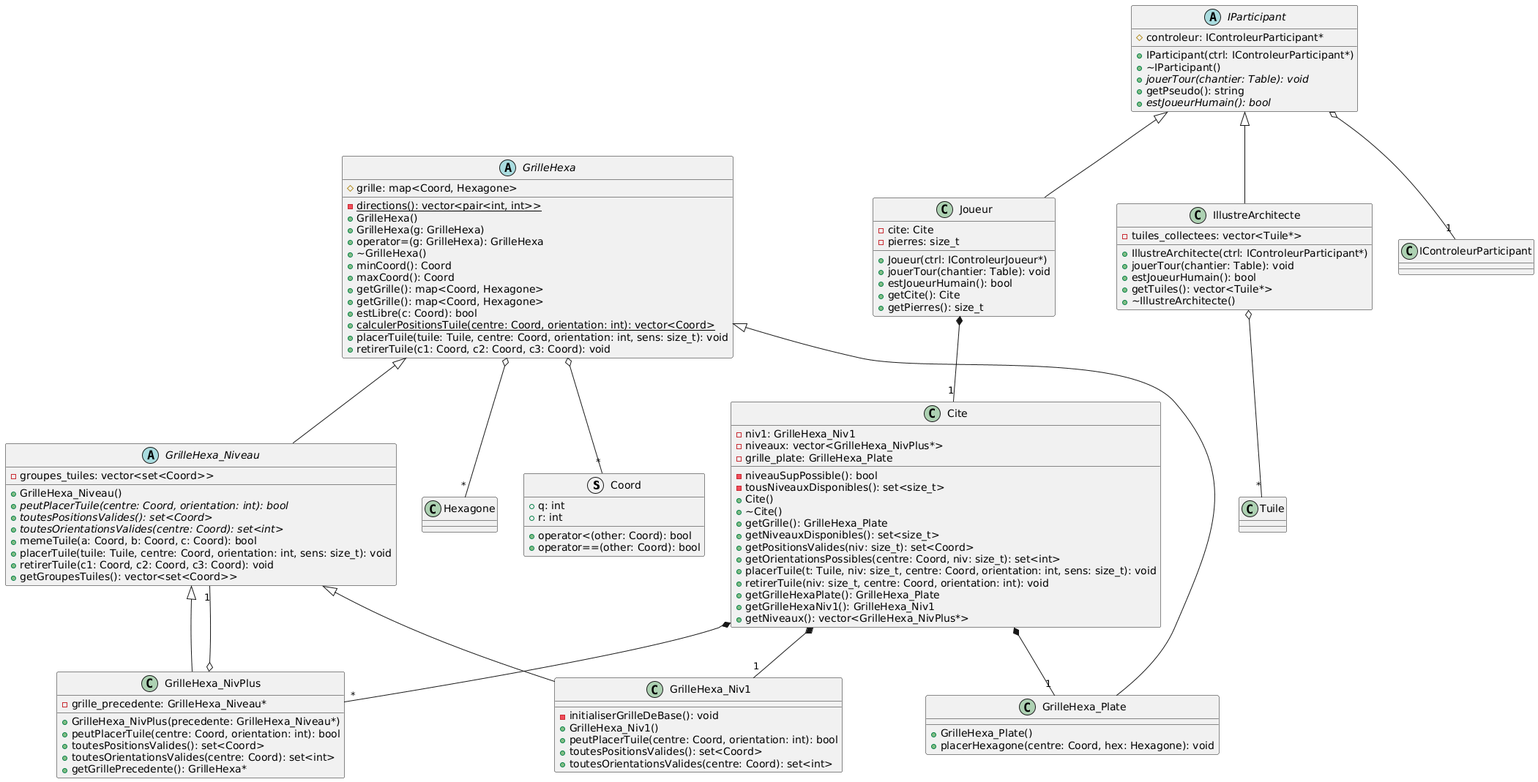
Earlier version of the PlantUML export UML/UML-Joueur.png (cheerxe/LO21-AKROPOLIS). Its diagram source:
```plantuml
@startuml
struct Coord {
    + q: int
    + r: int
    + operator<(other: Coord): bool
    + operator==(other: Coord): bool
}

abstract class GrilleHexa {
    # grille: map<Coord, Hexagone>
    - {static} directions(): vector<pair<int, int>>
    + GrilleHexa()
    + GrilleHexa(g: GrilleHexa)
    + operator=(g: GrilleHexa): GrilleHexa
    + ~GrilleHexa()
    + minCoord(): Coord
    + maxCoord(): Coord
    + getGrille(): map<Coord, Hexagone>
    + getGrille(): map<Coord, Hexagone>
    + estLibre(c: Coord): bool
    + {static} calculerPositionsTuile(centre: Coord, orientation: int): vector<Coord>
    + placerTuile(tuile: Tuile, centre: Coord, orientation: int, sens: size_t): void
    + retirerTuile(c1: Coord, c2: Coord, c3: Coord): void
}

abstract class GrilleHexa_Niveau {
    - groupes_tuiles: vector<set<Coord>>
    + GrilleHexa_Niveau()
    + {abstract} peutPlacerTuile(centre: Coord, orientation: int): bool
    + {abstract} toutesPositionsValides(): set<Coord>
    + {abstract} toutesOrientationsValides(centre: Coord): set<int>
    + memeTuile(a: Coord, b: Coord, c: Coord): bool
    + placerTuile(tuile: Tuile, centre: Coord, orientation: int, sens: size_t): void
    + retirerTuile(c1: Coord, c2: Coord, c3: Coord): void
    + getGroupesTuiles(): vector<set<Coord>>
}

class GrilleHexa_Niv1 {
    - initialiserGrilleDeBase(): void
    + GrilleHexa_Niv1()
    + peutPlacerTuile(centre: Coord, orientation: int): bool
    + toutesPositionsValides(): set<Coord>
    + toutesOrientationsValides(centre: Coord): set<int>
}

class GrilleHexa_NivPlus {
    - grille_precedente: GrilleHexa_Niveau*
    + GrilleHexa_NivPlus(precedente: GrilleHexa_Niveau*)
    + peutPlacerTuile(centre: Coord, orientation: int): bool
    + toutesPositionsValides(): set<Coord>
    + toutesOrientationsValides(centre: Coord): set<int>
    + getGrillePrecedente(): GrilleHexa*
}

class GrilleHexa_Plate {
    + GrilleHexa_Plate()
    + placerHexagone(centre: Coord, hex: Hexagone): void
}

class Cite {
    - niv1: GrilleHexa_Niv1
    - niveaux: vector<GrilleHexa_NivPlus*>
    - grille_plate: GrilleHexa_Plate
    - niveauSupPossible(): bool
    - tousNiveauxDisponibles(): set<size_t>
    + Cite()
    + ~Cite()
    + getGrille(): GrilleHexa_Plate
    + getNiveauxDisponibles(): set<size_t>
    + getPositionsValides(niv: size_t): set<Coord>
    + getOrientationsPossibles(centre: Coord, niv: size_t): set<int>
    + placerTuile(t: Tuile, niv: size_t, centre: Coord, orientation: int, sens: size_t): void
    + retirerTuile(niv: size_t, centre: Coord, orientation: int): void
    + getGrilleHexaPlate(): GrilleHexa_Plate
    + getGrilleHexaNiv1(): GrilleHexa_Niv1
    + getNiveaux(): vector<GrilleHexa_NivPlus*>
}

abstract class IParticipant {
    # controleur: IControleurParticipant*
    + IParticipant(ctrl: IControleurParticipant*)
    + ~IParticipant()
    + {abstract} jouerTour(chantier: Table): void
    + getPseudo(): string
    + {abstract} estJoueurHumain(): bool
}

class Joueur {
    - cite: Cite
    - pierres: size_t
    + Joueur(ctrl: IControleurJoueur*)
    + jouerTour(chantier: Table): void
    + estJoueurHumain(): bool
    + getCite(): Cite
    + getPierres(): size_t
}

class IllustreArchitecte {
    - tuiles_collectees: vector<Tuile*>
    + IllustreArchitecte(ctrl: IControleurParticipant*)
    + jouerTour(chantier: Table): void
    + estJoueurHumain(): bool
    + getTuiles(): vector<Tuile*>
    + ~IllustreArchitecte()
}

GrilleHexa <|-- GrilleHexa_Niveau
GrilleHexa <|-- GrilleHexa_Plate
GrilleHexa_Niveau <|-- GrilleHexa_Niv1
GrilleHexa_Niveau <|-- GrilleHexa_NivPlus

GrilleHexa o-- "*" Coord
GrilleHexa o-- "*" Hexagone

GrilleHexa_NivPlus o-- "1" GrilleHexa_Niveau


Cite *-- "1" GrilleHexa_Niv1
Cite *-- "1" GrilleHexa_Plate
Cite *-- "*" GrilleHexa_NivPlus

IParticipant <|-- Joueur
IParticipant <|-- IllustreArchitecte
IParticipant o-- "1" IControleurParticipant

Joueur *-- "1" Cite
IllustreArchitecte o-- "*" Tuile
@enduml
```
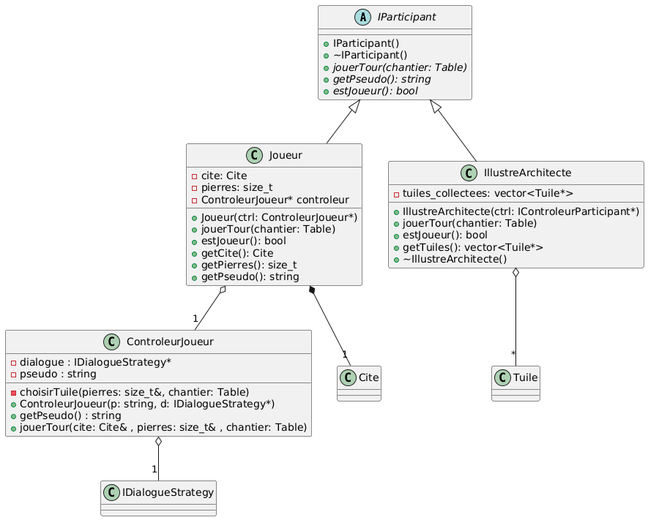
After the commit.

Commit message:
Màj UML

What changed in the source:
```diff
@@ -1,128 +1,47 @@
 @startuml
-struct Coord {
-    + q: int
-    + r: int
-    + operator<(other: Coord): bool
-    + operator==(other: Coord): bool
-}
-
-abstract class GrilleHexa {
-    # grille: map<Coord, Hexagone>
-    - {static} directions(): vector<pair<int, int>>
-    + GrilleHexa()
-    + GrilleHexa(g: GrilleHexa)
-    + operator=(g: GrilleHexa): GrilleHexa
-    + ~GrilleHexa()
-    + minCoord(): Coord
-    + maxCoord(): Coord
-    + getGrille(): map<Coord, Hexagone>
-    + getGrille(): map<Coord, Hexagone>
-    + estLibre(c: Coord): bool
-    + {static} calculerPositionsTuile(centre: Coord, orientation: int): vector<Coord>
-    + placerTuile(tuile: Tuile, centre: Coord, orientation: int, sens: size_t): void
-    + retirerTuile(c1: Coord, c2: Coord, c3: Coord): void
-}
-
-abstract class GrilleHexa_Niveau {
-    - groupes_tuiles: vector<set<Coord>>
-    + GrilleHexa_Niveau()
-    + {abstract} peutPlacerTuile(centre: Coord, orientation: int): bool
-    + {abstract} toutesPositionsValides(): set<Coord>
-    + {abstract} toutesOrientationsValides(centre: Coord): set<int>
-    + memeTuile(a: Coord, b: Coord, c: Coord): bool
-    + placerTuile(tuile: Tuile, centre: Coord, orientation: int, sens: size_t): void
-    + retirerTuile(c1: Coord, c2: Coord, c3: Coord): void
-    + getGroupesTuiles(): vector<set<Coord>>
-}
-
-class GrilleHexa_Niv1 {
-    - initialiserGrilleDeBase(): void
-    + GrilleHexa_Niv1()
-    + peutPlacerTuile(centre: Coord, orientation: int): bool
-    + toutesPositionsValides(): set<Coord>
-    + toutesOrientationsValides(centre: Coord): set<int>
-}
-
-class GrilleHexa_NivPlus {
-    - grille_precedente: GrilleHexa_Niveau*
-    + GrilleHexa_NivPlus(precedente: GrilleHexa_Niveau*)
-    + peutPlacerTuile(centre: Coord, orientation: int): bool
-    + toutesPositionsValides(): set<Coord>
-    + toutesOrientationsValides(centre: Coord): set<int>
-    + getGrillePrecedente(): GrilleHexa*
-}
-
-class GrilleHexa_Plate {
-    + GrilleHexa_Plate()
-    + placerHexagone(centre: Coord, hex: Hexagone): void
-}
-
-class Cite {
-    - niv1: GrilleHexa_Niv1
-    - niveaux: vector<GrilleHexa_NivPlus*>
-    - grille_plate: GrilleHexa_Plate
-    - niveauSupPossible(): bool
-    - tousNiveauxDisponibles(): set<size_t>
-    + Cite()
-    + ~Cite()
-    + getGrille(): GrilleHexa_Plate
-    + getNiveauxDisponibles(): set<size_t>
-    + getPositionsValides(niv: size_t): set<Coord>
-    + getOrientationsPossibles(centre: Coord, niv: size_t): set<int>
-    + placerTuile(t: Tuile, niv: size_t, centre: Coord, orientation: int, sens: size_t): void
-    + retirerTuile(niv: size_t, centre: Coord, orientation: int): void
-    + getGrilleHexaPlate(): GrilleHexa_Plate
-    + getGrilleHexaNiv1(): GrilleHexa_Niv1
-    + getNiveaux(): vector<GrilleHexa_NivPlus*>
-}
-
 abstract class IParticipant {
-    # controleur: IControleurParticipant*
-    + IParticipant(ctrl: IControleurParticipant*)
+    + IParticipant()
     + ~IParticipant()
-    + {abstract} jouerTour(chantier: Table): void
-    + getPseudo(): string
-    + {abstract} estJoueurHumain(): bool
+    + {abstract} jouerTour(chantier: Table)
+    + {abstract} getPseudo(): string
+    + {abstract} estJoueur(): bool
 }
 
 class Joueur {
     - cite: Cite
     - pierres: size_t
-    + Joueur(ctrl: IControleurJoueur*)
-    + jouerTour(chantier: Table): void
-    + estJoueurHumain(): bool
+    - ControleurJoueur* controleur
+    + Joueur(ctrl: ControleurJoueur*)
+    + jouerTour(chantier: Table)
+    + estJoueur(): bool
     + getCite(): Cite
     + getPierres(): size_t
+    + getPseudo(): string
 }
 
 class IllustreArchitecte {
     - tuiles_collectees: vector<Tuile*>
     + IllustreArchitecte(ctrl: IControleurParticipant*)
-    + jouerTour(chantier: Table): void
-    + estJoueurHumain(): bool
+    + jouerTour(chantier: Table)
+    + estJoueur(): bool
     + getTuiles(): vector<Tuile*>
     + ~IllustreArchitecte()
 }
 
-GrilleHexa <|-- GrilleHexa_Niveau
-GrilleHexa <|-- GrilleHexa_Plate
-GrilleHexa_Niveau <|-- GrilleHexa_Niv1
-GrilleHexa_Niveau <|-- GrilleHexa_NivPlus
-
-GrilleHexa o-- "*" Coord
-GrilleHexa o-- "*" Hexagone
-
-GrilleHexa_NivPlus o-- "1" GrilleHexa_Niveau
-
-
-Cite *-- "1" GrilleHexa_Niv1
-Cite *-- "1" GrilleHexa_Plate
-Cite *-- "*" GrilleHexa_NivPlus
+class ControleurJoueur {
+  - dialogue : IDialogueStrategy*
+  - pseudo : string
+  - choisirTuile(pierres: size_t&, chantier: Table)
+  + ControleurJoueur(p: string, d: IDialogueStrategy*)
+  + getPseudo() : string
+  + jouerTour(cite: Cite& , pierres: size_t& , chantier: Table)
+}
 
 IParticipant <|-- Joueur
 IParticipant <|-- IllustreArchitecte
-IParticipant o-- "1" IControleurParticipant
 
+ControleurJoueur o-- "1" IDialogueStrategy
+Joueur o-- "1" ControleurJoueur
 Joueur *-- "1" Cite
 IllustreArchitecte o-- "*" Tuile
 @enduml
```
